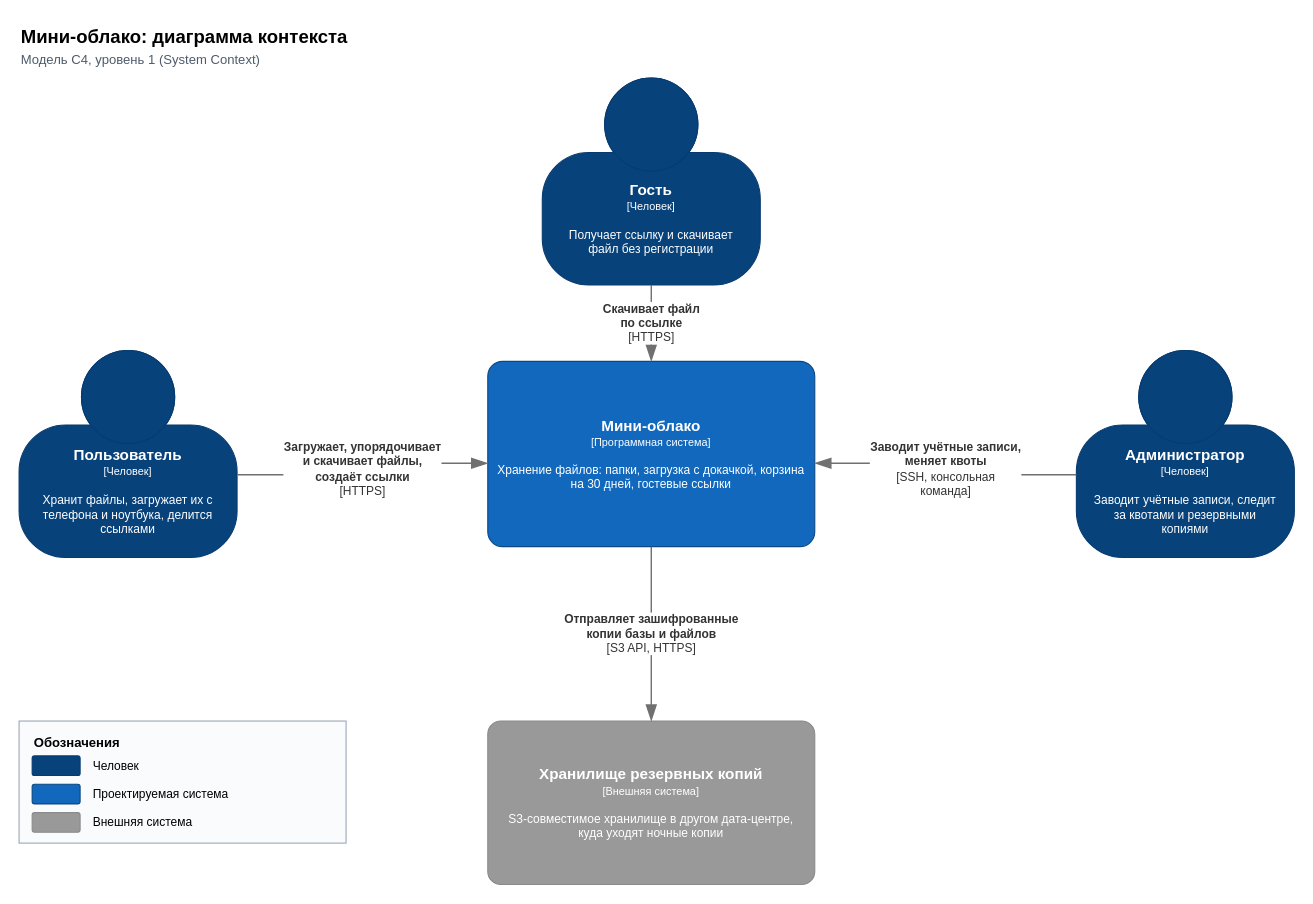
Before: page "1. Контекст (C4 L1)" (1 of 3) of docs/architecture/c4-diagram.drawio in NicolasRAA/minicloud, a draw.io diagram. Source tidied: cells renumbered, new cells numbered last; positions are measured from the earlier drawing's top-left corner, leaving out a move shared by most shapes. Both pictures are drawn from the tidied source at 109%, with x=0, y=0 at pixel (19, 19).
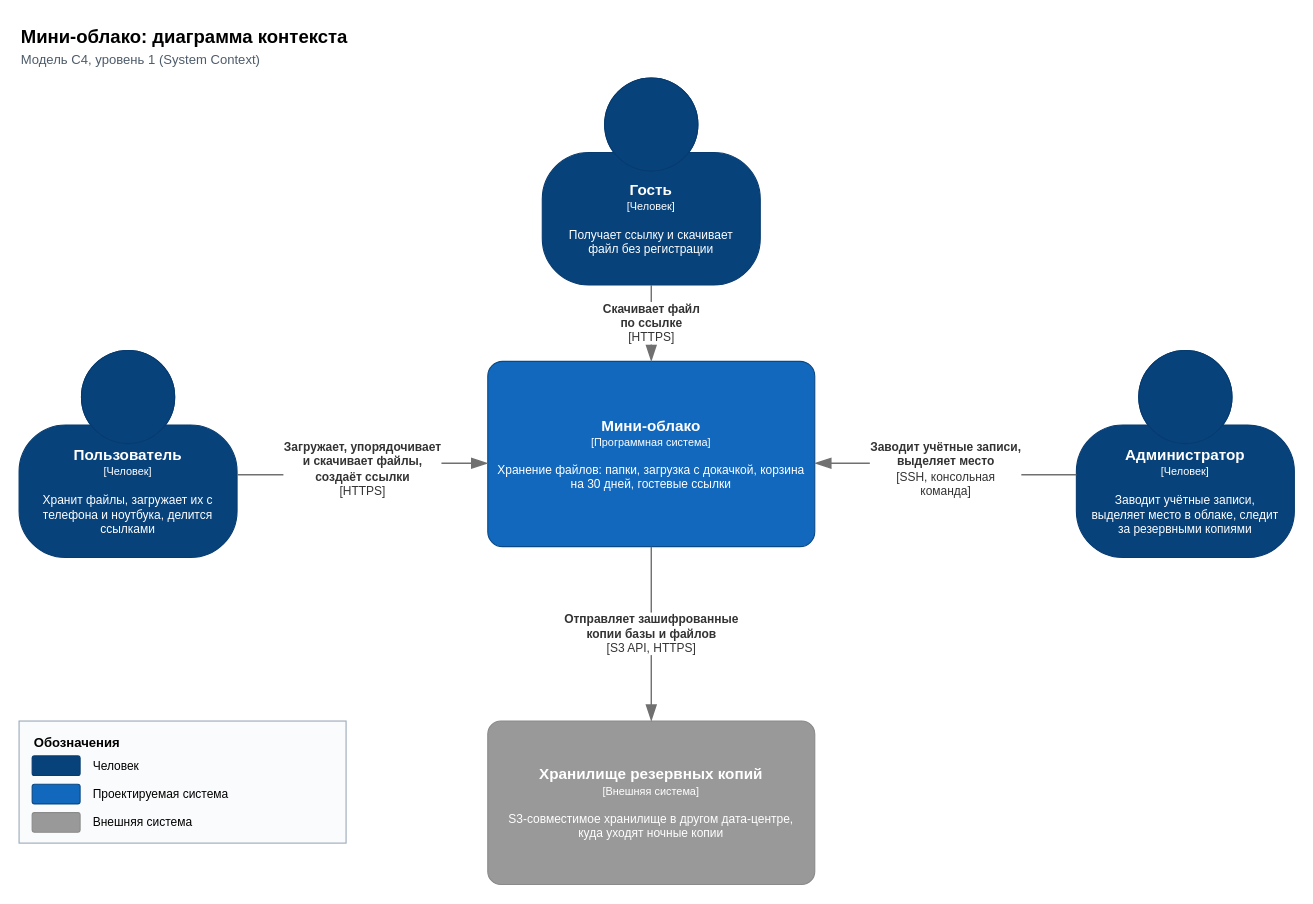
After the change.

Change to the diagram source:
```diff
@@
 <mxGraphModel>
   <root>
     <mxCell id="0" />
     <mxCell id="1" parent="0" />
     <mxCell id="2" value="&lt;b&gt;Мини-облако: диаграмма контекста&lt;/b&gt;&lt;br&gt;&lt;font style=&quot;font-size:12px&quot; color=&quot;#4d5b6a&quot;&gt;Модель C4, уровень 1 (System Context)&lt;/font&gt;" style="text;html=1;whiteSpace=wrap;align=left;verticalAlign=top;fontSize=17;fontFamily=Helvetica;" parent="1" vertex="1">
       <mxGeometry width="900" height="48" as="geometry" />
     </mxCell>
     <mxCell id="3" value="&lt;b&gt;&lt;font style=&quot;font-size:14px&quot;&gt;Пользователь&lt;/font&gt;&lt;/b&gt;&lt;br&gt;&lt;font style=&quot;font-size:10px&quot;&gt;[Человек]&lt;/font&gt;&lt;br&gt;&lt;br&gt;&lt;font style=&quot;font-size:11px&quot;&gt;Хранит файлы, загружает их с телефона и ноутбука, делится ссылками&lt;/font&gt;" style="html=1;whiteSpace=wrap;fontSize=11;dashed=0;fillColor=#08427B;strokeColor=#073B6F;fontColor=#ffffff;shape=mxgraph.c4.person2;align=center;spacingLeft=12;spacingRight=12;fontFamily=Helvetica;points=[[0.5,0,0],[1,0.5,0],[1,0.75,0],[0.75,1,0],[0.5,1,0],[0.25,1,0],[0,0.75,0],[0,0.5,0]];" parent="1" vertex="1">
       <mxGeometry y="304" width="200" height="190" as="geometry" />
     </mxCell>
     <mxCell id="4" value="&lt;b&gt;&lt;font style=&quot;font-size:14px&quot;&gt;Гость&lt;/font&gt;&lt;/b&gt;&lt;br&gt;&lt;font style=&quot;font-size:10px&quot;&gt;[Человек]&lt;/font&gt;&lt;br&gt;&lt;br&gt;&lt;font style=&quot;font-size:11px&quot;&gt;Получает ссылку и скачивает файл без регистрации&lt;/font&gt;" style="html=1;whiteSpace=wrap;fontSize=11;dashed=0;fillColor=#08427B;strokeColor=#073B6F;fontColor=#ffffff;shape=mxgraph.c4.person2;align=center;spacingLeft=12;spacingRight=12;fontFamily=Helvetica;points=[[0.5,0,0],[1,0.5,0],[1,0.75,0],[0.75,1,0],[0.5,1,0],[0.25,1,0],[0,0.75,0],[0,0.5,0]];" parent="1" vertex="1">
       <mxGeometry x="480" y="54" width="200" height="190" as="geometry" />
     </mxCell>
-    <mxCell id="5" value="&lt;b&gt;&lt;font style=&quot;font-size:14px&quot;&gt;Администратор&lt;/font&gt;&lt;/b&gt;&lt;br&gt;&lt;font style=&quot;font-size:10px&quot;&gt;[Человек]&lt;/font&gt;&lt;br&gt;&lt;br&gt;&lt;font style=&quot;font-size:11px&quot;&gt;Заводит учётные записи, следит за квотами и резервными копиями&lt;/font&gt;" style="html=1;whiteSpace=wrap;fontSize=11;dashed=0;fillColor=#08427B;strokeColor=#073B6F;fontColor=#ffffff;shape=mxgraph.c4.person2;align=center;spacingLeft=12;spacingRight=12;fontFamily=Helvetica;points=[[0.5,0,0],[1,0.5,0],[1,0.75,0],[0.75,1,0],[0.5,1,0],[0.25,1,0],[0,0.75,0],[0,0.5,0]];" parent="1" vertex="1">
+    <mxCell id="5" value="&lt;b&gt;&lt;font style=&quot;font-size:14px&quot;&gt;Администратор&lt;/font&gt;&lt;/b&gt;&lt;br&gt;&lt;font style=&quot;font-size:10px&quot;&gt;[Человек]&lt;/font&gt;&lt;br&gt;&lt;br&gt;&lt;font style=&quot;font-size:11px&quot;&gt;Заводит учётные записи, выделяет место в облаке, следит за резервными копиями&lt;/font&gt;" style="html=1;whiteSpace=wrap;fontSize=11;dashed=0;fillColor=#08427B;strokeColor=#073B6F;fontColor=#ffffff;shape=mxgraph.c4.person2;align=center;spacingLeft=12;spacingRight=12;fontFamily=Helvetica;points=[[0.5,0,0],[1,0.5,0],[1,0.75,0],[0.75,1,0],[0.5,1,0],[0.25,1,0],[0,0.75,0],[0,0.5,0]];" parent="1" vertex="1">
       <mxGeometry x="970" y="304" width="200" height="190" as="geometry" />
     </mxCell>
     <mxCell id="6" value="&lt;b&gt;&lt;font style=&quot;font-size:14px&quot;&gt;Мини-облако&lt;/font&gt;&lt;/b&gt;&lt;br&gt;&lt;font style=&quot;font-size:10px&quot;&gt;[Программная система]&lt;/font&gt;&lt;br&gt;&lt;br&gt;&lt;font style=&quot;font-size:11px&quot;&gt;Хранение файлов: папки, загрузка с докачкой, корзина на 30 дней, гостевые ссылки&lt;/font&gt;" style="rounded=1;arcSize=8;whiteSpace=wrap;html=1;fontSize=11;fillColor=#1168BD;strokeColor=#0B4884;fontColor=#ffffff;align=center;verticalAlign=middle;spacingLeft=8;spacingRight=8;fontFamily=Helvetica;" parent="1" vertex="1">
       <mxGeometry x="430" y="314" width="300" height="170" as="geometry" />
     </mxCell>
     <mxCell id="7" value="&lt;b&gt;&lt;font style=&quot;font-size:14px&quot;&gt;Хранилище резервных копий&lt;/font&gt;&lt;/b&gt;&lt;br&gt;&lt;font style=&quot;font-size:10px&quot;&gt;[Внешняя система]&lt;/font&gt;&lt;br&gt;&lt;br&gt;&lt;font style=&quot;font-size:11px&quot;&gt;S3-совместимое хранилище в другом дата-центре, куда уходят ночные копии&lt;/font&gt;" style="rounded=1;arcSize=8;whiteSpace=wrap;html=1;fontSize=11;fillColor=#999999;strokeColor=#8A8A8A;fontColor=#ffffff;align=center;verticalAlign=middle;spacingLeft=8;spacingRight=8;fontFamily=Helvetica;" parent="1" vertex="1">
       <mxGeometry x="430" y="644" width="300" height="150" as="geometry" />
     </mxCell>
     <mxCell id="8" value="&lt;b&gt;Загружает, упорядочивает&lt;br&gt;и скачивает файлы,&lt;br&gt;создаёт ссылки&lt;/b&gt;&lt;br&gt;[HTTPS]" style="edgeStyle=orthogonalEdgeStyle;rounded=0;html=1;endArrow=blockThin;endFill=1;endSize=12;strokeColor=#707070;strokeWidth=1.3;fontSize=11;fontColor=#333333;labelBackgroundColor=#ffffff;jumpStyle=arc;jumpSize=12;fontFamily=Helvetica;exitX=1;exitY=0.6;exitDx=0;exitDy=0;entryX=0;entryY=0.55;entryDx=0;entryDy=0;" parent="1" edge="1" source="3" target="6">
       <mxGeometry relative="1" as="geometry" />
     </mxCell>
     <mxCell id="9" value="&lt;b&gt;Скачивает файл&lt;br&gt;по ссылке&lt;/b&gt;&lt;br&gt;[HTTPS]" style="edgeStyle=orthogonalEdgeStyle;rounded=0;html=1;endArrow=blockThin;endFill=1;endSize=12;strokeColor=#707070;strokeWidth=1.3;fontSize=11;fontColor=#333333;labelBackgroundColor=#ffffff;jumpStyle=arc;jumpSize=12;fontFamily=Helvetica;exitX=0.5;exitY=1;exitDx=0;exitDy=0;entryX=0.5;entryY=0;entryDx=0;entryDy=0;" parent="1" edge="1" source="4" target="6">
       <mxGeometry relative="1" as="geometry" />
     </mxCell>
-    <mxCell id="10" value="&lt;b&gt;Заводит учётные записи,&lt;br&gt;меняет квоты&lt;/b&gt;&lt;br&gt;[SSH, консольная&lt;br&gt;команда]" style="edgeStyle=orthogonalEdgeStyle;rounded=0;html=1;endArrow=blockThin;endFill=1;endSize=12;strokeColor=#707070;strokeWidth=1.3;fontSize=11;fontColor=#333333;labelBackgroundColor=#ffffff;jumpStyle=arc;jumpSize=12;fontFamily=Helvetica;exitX=0;exitY=0.6;exitDx=0;exitDy=0;entryX=1;entryY=0.55;entryDx=0;entryDy=0;" parent="1" edge="1" source="5" target="6">
+    <mxCell id="10" value="&lt;b&gt;Заводит учётные записи,&lt;br&gt;выделяет место&lt;/b&gt;&lt;br&gt;[SSH, консольная&lt;br&gt;команда]" style="edgeStyle=orthogonalEdgeStyle;rounded=0;html=1;endArrow=blockThin;endFill=1;endSize=12;strokeColor=#707070;strokeWidth=1.3;fontSize=11;fontColor=#333333;labelBackgroundColor=#ffffff;jumpStyle=arc;jumpSize=12;fontFamily=Helvetica;exitX=0;exitY=0.6;exitDx=0;exitDy=0;entryX=1;entryY=0.55;entryDx=0;entryDy=0;" parent="1" edge="1" source="5" target="6">
       <mxGeometry relative="1" as="geometry" />
     </mxCell>
     <mxCell id="11" value="&lt;b&gt;Отправляет зашифрованные&lt;br&gt;копии базы и файлов&lt;/b&gt;&lt;br&gt;[S3 API, HTTPS]" style="edgeStyle=orthogonalEdgeStyle;rounded=0;html=1;endArrow=blockThin;endFill=1;endSize=12;strokeColor=#707070;strokeWidth=1.3;fontSize=11;fontColor=#333333;labelBackgroundColor=#ffffff;jumpStyle=arc;jumpSize=12;fontFamily=Helvetica;exitX=0.5;exitY=1;exitDx=0;exitDy=0;entryX=0.5;entryY=0;entryDx=0;entryDy=0;" parent="1" edge="1" source="6" target="7">
       <mxGeometry relative="1" as="geometry" />
     </mxCell>
     <mxCell id="12" style="rounded=0;whiteSpace=wrap;html=1;fillColor=#fafbfc;strokeColor=#9aa7b8;" parent="1" vertex="1">
       <mxGeometry y="644" width="300" height="112" as="geometry" />
     </mxCell>
     <mxCell id="13" value="&lt;b&gt;Обозначения&lt;/b&gt;" style="text;html=1;whiteSpace=wrap;align=left;verticalAlign=top;fontSize=12;fontFamily=Helvetica;" parent="1" vertex="1">
       <mxGeometry x="12" y="650" width="200" height="20" as="geometry" />
     </mxCell>
     <mxCell id="14" style="rounded=1;arcSize=12;fillColor=#08427B;strokeColor=#073B6F;" parent="1" vertex="1">
       <mxGeometry x="12" y="676" width="44" height="18" as="geometry" />
     </mxCell>
     <mxCell id="15" value="Человек" style="text;html=1;whiteSpace=wrap;align=left;verticalAlign=middle;fontSize=11;fontFamily=Helvetica;" parent="1" vertex="1">
       <mxGeometry x="66" y="675" width="225" height="20" as="geometry" />
     </mxCell>
     <mxCell id="16" style="rounded=1;arcSize=12;fillColor=#1168BD;strokeColor=#0B4884;" parent="1" vertex="1">
       <mxGeometry x="12" y="702" width="44" height="18" as="geometry" />
     </mxCell>
     <mxCell id="17" value="Проектируемая система" style="text;html=1;whiteSpace=wrap;align=left;verticalAlign=middle;fontSize=11;fontFamily=Helvetica;" parent="1" vertex="1">
       <mxGeometry x="66" y="701" width="225" height="20" as="geometry" />
     </mxCell>
     <mxCell id="18" style="rounded=1;arcSize=12;fillColor=#999999;strokeColor=#8A8A8A;" parent="1" vertex="1">
       <mxGeometry x="12" y="728" width="44" height="18" as="geometry" />
     </mxCell>
     <mxCell id="19" value="Внешняя система" style="text;html=1;whiteSpace=wrap;align=left;verticalAlign=middle;fontSize=11;fontFamily=Helvetica;" parent="1" vertex="1">
       <mxGeometry x="66" y="727" width="225" height="20" as="geometry" />
     </mxCell>
   </root>
 </mxGraphModel>
```
